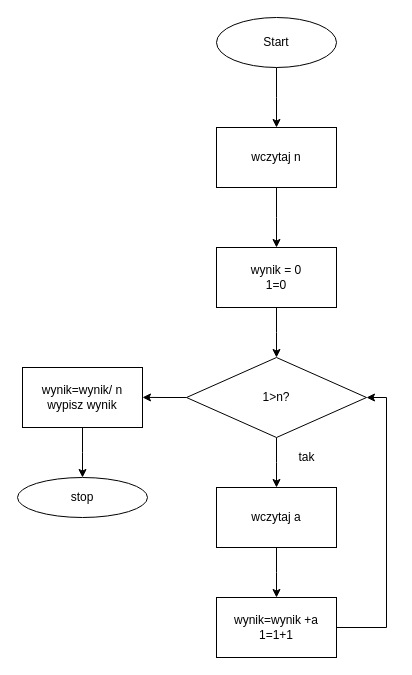
Above: Diagram bez tytułu.drawio in wotje/Algorytmy (draw.io), before the change. Source tidied: cells renumbered, new cells numbered last; positions are measured from the earlier drawing's top-left corner, leaving out a move shared by most shapes. Both pictures are drawn from the tidied source at 100%, with x=0, y=0 at pixel (17, 17).
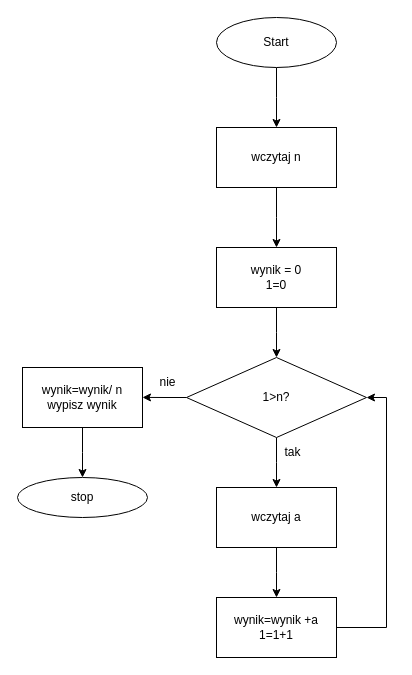
The same page after the edit.

What changed in the source:
```diff
@@
     <mxCell id="11" value="tak" style="text;html=1;align=center;verticalAlign=middle;strokeColor=none;fillColor=none;" parent="1" vertex="1">
-      <mxGeometry x="269" y="425" width="40" height="30" as="geometry" />
+      <mxGeometry x="255" y="420" width="40" height="30" as="geometry" />
     </mxCell>
@@
+    <mxCell id="19" value="nie" style="text;html=1;align=center;verticalAlign=middle;strokeColor=none;fillColor=none;" parent="1" vertex="1">
+      <mxGeometry x="130" y="350" width="40" height="30" as="geometry" />
+    </mxCell>
```
